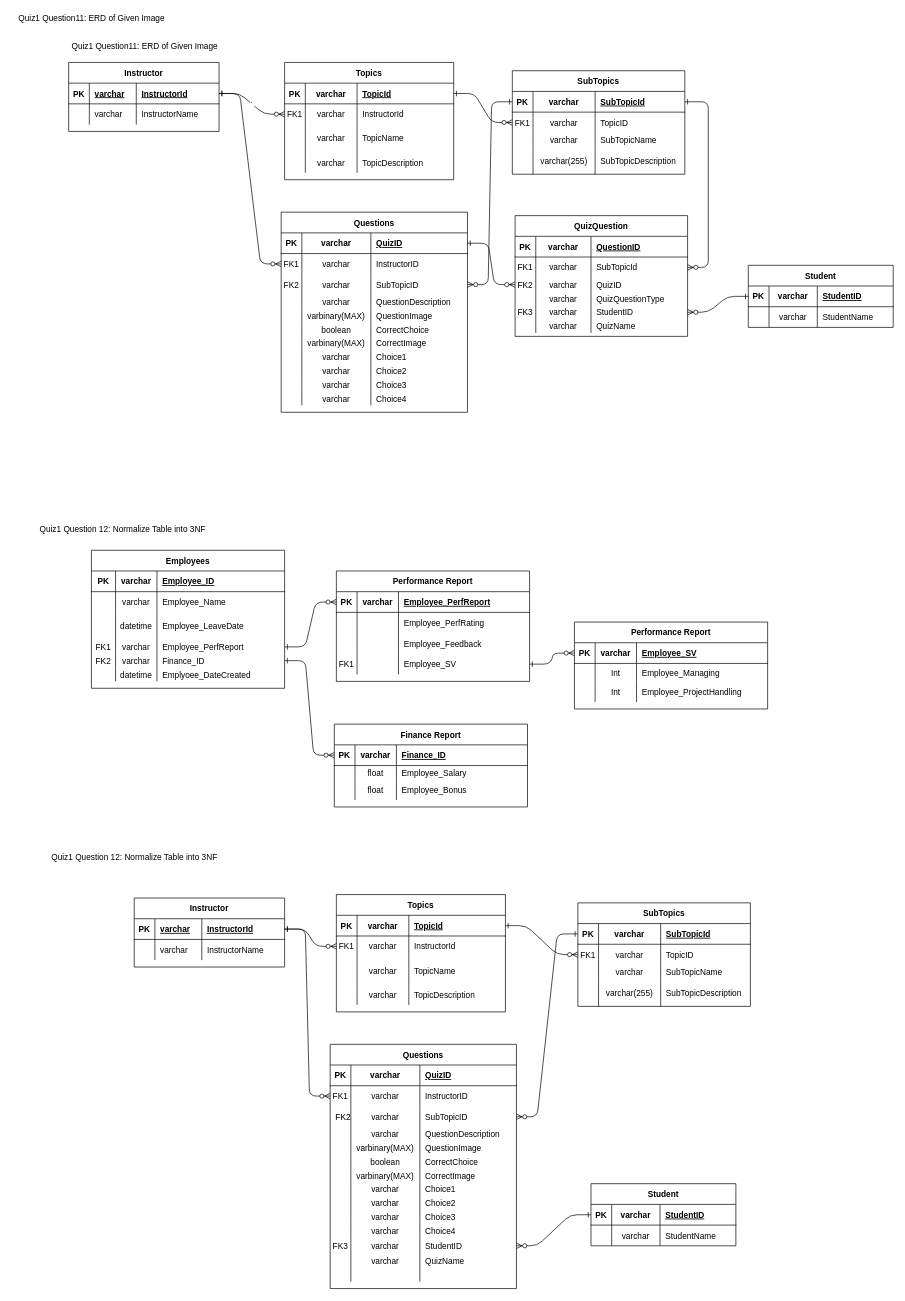
AmirAini/BackEndDay1 keeps this draw.io diagram as Quiz1_111021.drawio. Above is the earlier version. Source tidied: cells renumbered, new cells numbered last; positions are measured from the earlier drawing's top-left corner, leaving out a move shared by most shapes. Both pictures are drawn from the tidied source at 69%, with x=0, y=0 at pixel (12, 12).
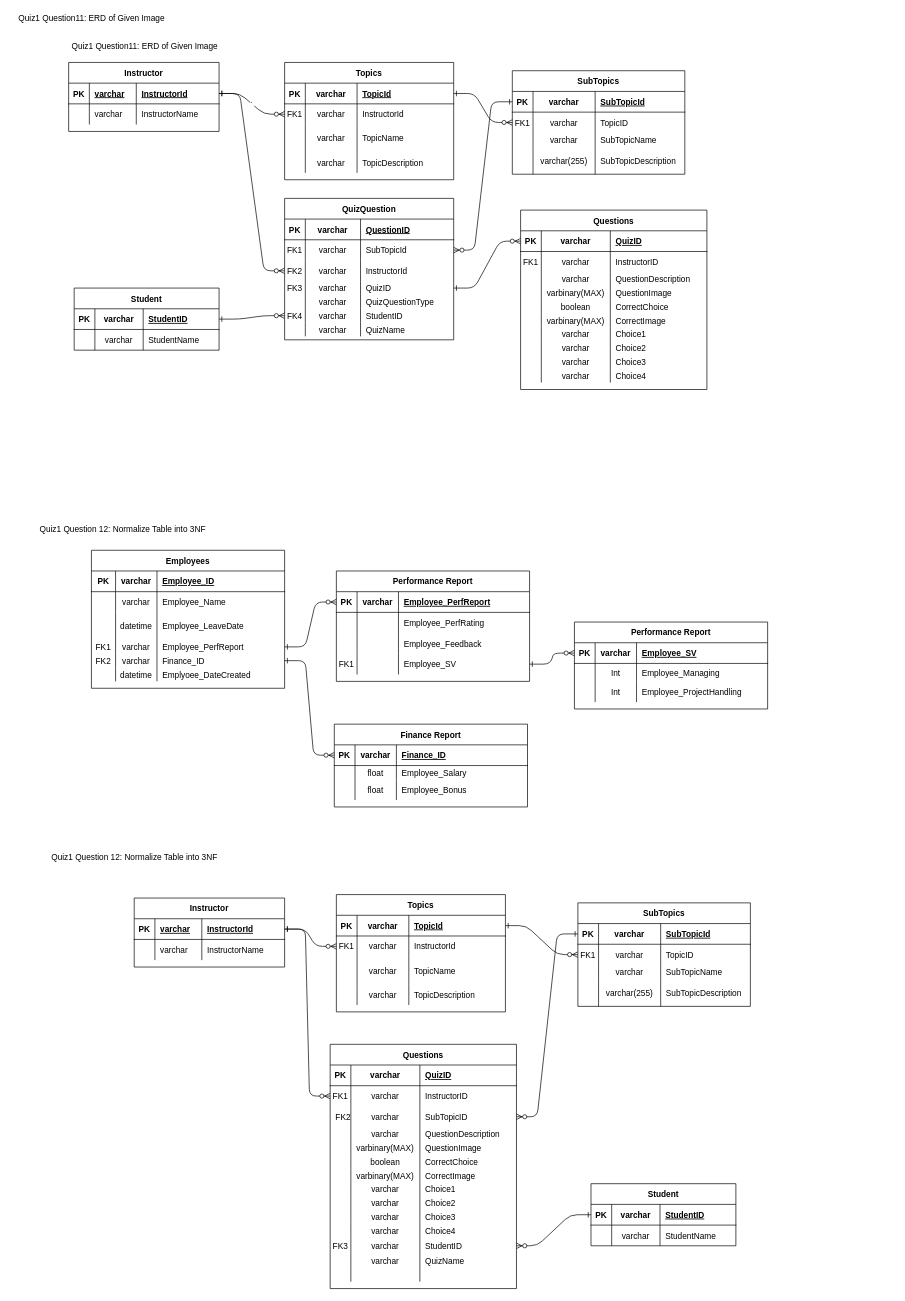
The same page after the edit.

The change refers to these unchanged cells:
```xml
<mxCell id="22" style="shape=partialRectangle;fillColor=none;points=[[0,0.5],[1,0.5]];portConstraint=eastwest;top=0;left=0;right=0;bottom=1;" parent="21" vertex="1">
  <mxGeometry y="30" width="250" height="30" as="geometry" />
</mxCell>
<mxCell id="39" style="shape=partialRectangle;fillColor=none;points=[[0,0.5],[1,0.5]];portConstraint=eastwest;top=0;left=0;right=0;bottom=1;" parent="38" vertex="1">
  <mxGeometry y="30" width="218" height="30" as="geometry" />
</mxCell>
<mxCell id="48" style="shape=partialRectangle;fillColor=none;points=[[0,0.5],[1,0.5]];portConstraint=eastwest;top=0;left=0;right=0;bottom=1;" parent="47" vertex="1">
  <mxGeometry y="30" width="270" height="30" as="geometry" />
</mxCell>
<mxCell id="52" style="shape=partialRectangle;fillColor=none;points=[[0,0.5],[1,0.5]];portConstraint=eastwest;top=0;left=0;right=0;bottom=0;" parent="47" vertex="1">
  <mxGeometry y="60" width="270" height="30" as="geometry" />
</mxCell>
<mxCell id="123" style="shape=partialRectangle;fillColor=none;points=[[0,0.5],[1,0.5]];portConstraint=eastwest;top=0;left=0;right=0;bottom=1;" parent="122" vertex="1">
  <mxGeometry y="30" width="210" height="30" as="geometry" />
</mxCell>
```

The edit, as a diff of the source:
```diff
@@
     <mxCell id="47" value="Questions" style="shape=table;startSize=30;childLayout=tableLayout;rowLines=0;fontStyle=1;align=center;" parent="1" vertex="1">
-      <mxGeometry x="390" y="290" width="270" height="290" as="geometry" />
+      <mxGeometry x="737" y="287" width="270" height="260" as="geometry" />
     </mxCell>
@@
-    <mxCell id="56" style="shape=partialRectangle;fillColor=none;points=[[0,0.5],[1,0.5]];portConstraint=eastwest;top=0;left=0;right=0;bottom=0;" parent="47" vertex="1">
-      <mxGeometry y="90" width="270" height="30" as="geometry" />
-    </mxCell>
-    <mxCell id="57" style="shape=partialRectangle;overflow=hidden;fillColor=none;top=0;left=0;bottom=0;right=0;" parent="56" vertex="1">
-      <mxGeometry width="30" height="30" as="geometry" />
-    </mxCell>
-    <mxCell id="58" value="varchar" style="shape=partialRectangle;overflow=hidden;fillColor=none;top=0;left=0;bottom=0;right=0;" parent="56" vertex="1">
-      <mxGeometry x="30" width="100" height="30" as="geometry" />
-    </mxCell>
-    <mxCell id="59" value="SubTopicID" style="shape=partialRectangle;overflow=hidden;fillColor=none;top=0;left=0;bottom=0;right=0;align=left;spacingLeft=6;" parent="56" vertex="1">
-      <mxGeometry x="130" width="140" height="30" as="geometry" />
-    </mxCell>
     <mxCell id="60" style="shape=partialRectangle;fillColor=none;top=0;left=0;right=0;bottom=0;" parent="47" vertex="1">
-      <mxGeometry y="120" width="270" height="20" as="geometry" />
+      <mxGeometry y="90" width="270" height="20" as="geometry" />
     </mxCell>
@@
     <mxCell id="64" style="shape=partialRectangle;fillColor=none;top=0;left=0;right=0;bottom=0;" parent="47" vertex="1">
-      <mxGeometry y="140" width="270" height="20" as="geometry" />
+      <mxGeometry y="110" width="270" height="20" as="geometry" />
     </mxCell>
@@
     <mxCell id="68" style="shape=partialRectangle;fillColor=none;top=0;left=0;right=0;bottom=0;" parent="47" vertex="1">
-      <mxGeometry y="160" width="270" height="20" as="geometry" />
+      <mxGeometry y="130" width="270" height="20" as="geometry" />
     </mxCell>
@@
     <mxCell id="72" style="shape=partialRectangle;fillColor=none;top=0;left=0;right=0;bottom=0;" parent="47" vertex="1">
-      <mxGeometry y="180" width="270" height="20" as="geometry" />
+      <mxGeometry y="150" width="270" height="20" as="geometry" />
     </mxCell>
@@
     <mxCell id="76" style="shape=partialRectangle;fillColor=none;top=0;left=0;right=0;bottom=0;" parent="47" vertex="1">
-      <mxGeometry y="200" width="270" height="20" as="geometry" />
+      <mxGeometry y="170" width="270" height="20" as="geometry" />
     </mxCell>
@@
     <mxCell id="80" style="shape=partialRectangle;fillColor=none;top=0;left=0;right=0;bottom=0;" parent="47" vertex="1">
-      <mxGeometry y="220" width="270" height="20" as="geometry" />
+      <mxGeometry y="190" width="270" height="20" as="geometry" />
     </mxCell>
@@
     <mxCell id="84" style="shape=partialRectangle;fillColor=none;top=0;left=0;right=0;bottom=0;" parent="47" vertex="1">
-      <mxGeometry y="240" width="270" height="20" as="geometry" />
+      <mxGeometry y="210" width="270" height="20" as="geometry" />
     </mxCell>
@@
     <mxCell id="88" style="shape=partialRectangle;fillColor=none;top=0;left=0;right=0;bottom=0;" parent="47" vertex="1">
-      <mxGeometry y="260" width="270" height="20" as="geometry" />
+      <mxGeometry y="230" width="270" height="20" as="geometry" />
     </mxCell>
@@
-    <mxCell id="92" style="edgeStyle=entityRelationEdgeStyle;endArrow=ERzeroToMany;startArrow=ERone;endFill=1;startFill=0;exitX=1;exitY=0.5;exitDx=0;exitDy=0;entryX=0;entryY=0.5;entryDx=0;entryDy=0;" parent="1" edge="1" source="39" target="52">
+    <mxCell id="92" style="edgeStyle=entityRelationEdgeStyle;endArrow=ERzeroToMany;startArrow=ERone;endFill=1;startFill=0;exitX=1;exitY=0.5;exitDx=0;exitDy=0;" parent="1" edge="1" source="39" target="322">
       <mxGeometry relative="1" as="geometry" />
     </mxCell>
-    <mxCell id="93" style="edgeStyle=entityRelationEdgeStyle;endArrow=ERzeroToMany;startArrow=ERone;endFill=1;startFill=0;entryX=1;entryY=0.5;entryDx=0;entryDy=0;exitX=0;exitY=0.5;exitDx=0;exitDy=0;" parent="1" edge="1" source="22" target="56">
-      <mxGeometry relative="1" as="geometry" />
-    </mxCell>
-    <mxCell id="94" value="FK2" style="shape=partialRectangle;overflow=hidden;fillColor=none;top=0;left=0;bottom=0;right=0;" parent="1" vertex="1">
-      <mxGeometry x="390" y="380" width="30" height="30" as="geometry" />
-    </mxCell>
     <mxCell id="95" value="QuizQuestion" style="shape=table;startSize=30;childLayout=tableLayout;rowLines=0;fontStyle=1;align=center;" parent="1" vertex="1">
-      <mxGeometry x="729" y="295" width="250" height="175" as="geometry" />
+      <mxGeometry x="395" y="270" width="245" height="205" as="geometry" />
     </mxCell>
     <mxCell id="96" style="shape=partialRectangle;fillColor=none;top=0;left=0;right=0;bottom=1;" parent="95" vertex="1">
-      <mxGeometry y="30" width="250" height="30" as="geometry" />
+      <mxGeometry y="30" width="245" height="30" as="geometry" />
     </mxCell>
@@
     <mxCell id="99" value="QuestionID" style="shape=partialRectangle;overflow=hidden;fillColor=none;top=0;left=0;bottom=0;right=0;align=left;spacingLeft=6;fontStyle=5;" parent="96" vertex="1">
-      <mxGeometry x="110" width="140" height="30" as="geometry" />
+      <mxGeometry x="110" width="135" height="30" as="geometry" />
     </mxCell>
     <mxCell id="100" style="shape=partialRectangle;fillColor=none;points=[[0,0.5],[1,0.5]];portConstraint=eastwest;top=0;left=0;right=0;bottom=0;" parent="95" vertex="1">
-      <mxGeometry y="60" width="250" height="30" as="geometry" />
+      <mxGeometry y="60" width="245" height="30" as="geometry" />
     </mxCell>
@@
     <mxCell id="103" value="SubTopicId" style="shape=partialRectangle;overflow=hidden;fillColor=none;top=0;left=0;bottom=0;right=0;align=left;spacingLeft=6;" parent="100" vertex="1">
-      <mxGeometry x="110" width="140" height="30" as="geometry" />
+      <mxGeometry x="110" width="135" height="30" as="geometry" />
     </mxCell>
+    <mxCell id="322" style="shape=partialRectangle;fillColor=none;points=[[0,0.5],[1,0.5]];portConstraint=eastwest;top=0;left=0;right=0;bottom=0;" parent="95" vertex="1">
+      <mxGeometry y="90" width="245" height="30" as="geometry" />
+    </mxCell>
+    <mxCell id="94" value="FK2" style="shape=partialRectangle;overflow=hidden;fillColor=none;top=0;left=0;bottom=0;right=0;" parent="322" vertex="1">
+      <mxGeometry width="30" height="30" as="geometry" />
+    </mxCell>
+    <mxCell id="58" value="varchar" style="shape=partialRectangle;overflow=hidden;fillColor=none;top=0;left=0;bottom=0;right=0;" parent="322" vertex="1">
+      <mxGeometry x="30" width="80" height="30" as="geometry" />
+    </mxCell>
+    <mxCell id="323" value="InstructorId" style="shape=partialRectangle;overflow=hidden;fillColor=none;top=0;left=0;bottom=0;right=0;align=left;spacingLeft=6;" parent="322" vertex="1">
+      <mxGeometry x="110" width="135" height="30" as="geometry" />
+    </mxCell>
     <mxCell id="104" style="shape=partialRectangle;fillColor=none;points=[[0,0.5],[1,0.5]];portConstraint=eastwest;top=0;left=0;right=0;bottom=0;" parent="95" vertex="1">
-      <mxGeometry y="90" width="250" height="20" as="geometry" />
+      <mxGeometry y="120" width="245" height="20" as="geometry" />
     </mxCell>
-    <mxCell id="105" value="FK2" style="shape=partialRectangle;overflow=hidden;fillColor=none;top=0;left=0;bottom=0;right=0;" parent="104" vertex="1">
+    <mxCell id="105" value="FK3" style="shape=partialRectangle;overflow=hidden;fillColor=none;top=0;left=0;bottom=0;right=0;" parent="104" vertex="1">
       <mxGeometry width="30" height="20" as="geometry" />
     </mxCell>
@@
     <mxCell id="107" value="QuizID" style="shape=partialRectangle;overflow=hidden;fillColor=none;top=0;left=0;bottom=0;right=0;align=left;spacingLeft=6;" parent="104" vertex="1">
-      <mxGeometry x="110" width="140" height="20" as="geometry" />
+      <mxGeometry x="110" width="135" height="20" as="geometry" />
     </mxCell>
     <mxCell id="108" style="shape=partialRectangle;fillColor=none;top=0;left=0;right=0;bottom=0;" parent="95" vertex="1">
-      <mxGeometry y="110" width="250" height="20" as="geometry" />
+      <mxGeometry y="140" width="245" height="20" as="geometry" />
     </mxCell>
@@
     <mxCell id="111" value="QuizQuestionType" style="shape=partialRectangle;overflow=hidden;fillColor=none;top=0;left=0;bottom=0;right=0;align=left;spacingLeft=6;" parent="108" vertex="1">
-      <mxGeometry x="110" width="140" height="20" as="geometry" />
+      <mxGeometry x="110" width="135" height="20" as="geometry" />
     </mxCell>
     <mxCell id="112" style="shape=partialRectangle;fillColor=none;points=[[0,0.5],[1,0.5]];portConstraint=eastwest;top=0;left=0;right=0;bottom=0;" parent="95" vertex="1">
-      <mxGeometry y="130" width="250" height="20" as="geometry" />
+      <mxGeometry y="160" width="245" height="20" as="geometry" />
     </mxCell>
-    <mxCell id="113" value="FK3" style="shape=partialRectangle;overflow=hidden;fillColor=none;top=0;left=0;bottom=0;right=0;" parent="112" vertex="1">
+    <mxCell id="113" value="FK4" style="shape=partialRectangle;overflow=hidden;fillColor=none;top=0;left=0;bottom=0;right=0;" parent="112" vertex="1">
       <mxGeometry width="30" height="20" as="geometry" />
     </mxCell>
@@
     <mxCell id="115" value="StudentID" style="shape=partialRectangle;overflow=hidden;fillColor=none;top=0;left=0;bottom=0;right=0;align=left;spacingLeft=6;" parent="112" vertex="1">
-      <mxGeometry x="110" width="140" height="20" as="geometry" />
+      <mxGeometry x="110" width="135" height="20" as="geometry" />
     </mxCell>
     <mxCell id="116" style="shape=partialRectangle;fillColor=none;top=0;left=0;right=0;bottom=0;" parent="95" vertex="1">
-      <mxGeometry y="150" width="250" height="20" as="geometry" />
+      <mxGeometry y="180" width="245" height="20" as="geometry" />
     </mxCell>
@@
     <mxCell id="119" value="QuizName" style="shape=partialRectangle;overflow=hidden;fillColor=none;top=0;left=0;bottom=0;right=0;align=left;spacingLeft=6;" parent="116" vertex="1">
-      <mxGeometry x="110" width="140" height="20" as="geometry" />
+      <mxGeometry x="110" width="135" height="20" as="geometry" />
     </mxCell>
@@
-    <mxCell id="121" style="edgeStyle=entityRelationEdgeStyle;endArrow=ERzeroToMany;startArrow=ERone;endFill=1;startFill=0;exitX=1;exitY=0.5;exitDx=0;exitDy=0;" parent="1" edge="1" source="48" target="104">
-      <mxGeometry relative="1" as="geometry" />
-    </mxCell>
     <mxCell id="122" value="Student" style="shape=table;startSize=30;childLayout=tableLayout;rowLines=0;fontStyle=1;align=center;" parent="1" vertex="1">
-      <mxGeometry x="1067" y="367" width="210" height="90" as="geometry" />
+      <mxGeometry x="90" y="400" width="210" height="90" as="geometry" />
     </mxCell>
@@
-    <mxCell id="131" style="edgeStyle=entityRelationEdgeStyle;endArrow=ERzeroToMany;startArrow=ERone;endFill=1;startFill=0;exitX=0;exitY=0.5;exitDx=0;exitDy=0;" parent="1" edge="1" source="123" target="112">
+    <mxCell id="131" style="edgeStyle=entityRelationEdgeStyle;endArrow=ERzeroToMany;startArrow=ERone;endFill=1;startFill=0;" parent="1" edge="1" source="123" target="112">
       <mxGeometry relative="1" as="geometry" />
     </mxCell>
@@
+    <mxCell id="121" style="edgeStyle=entityRelationEdgeStyle;endArrow=ERzeroToMany;startArrow=ERone;endFill=1;startFill=0;entryX=0;entryY=0.5;entryDx=0;entryDy=0;" parent="1" edge="1" source="104" target="48">
+      <mxGeometry relative="1" as="geometry" />
+    </mxCell>
```
